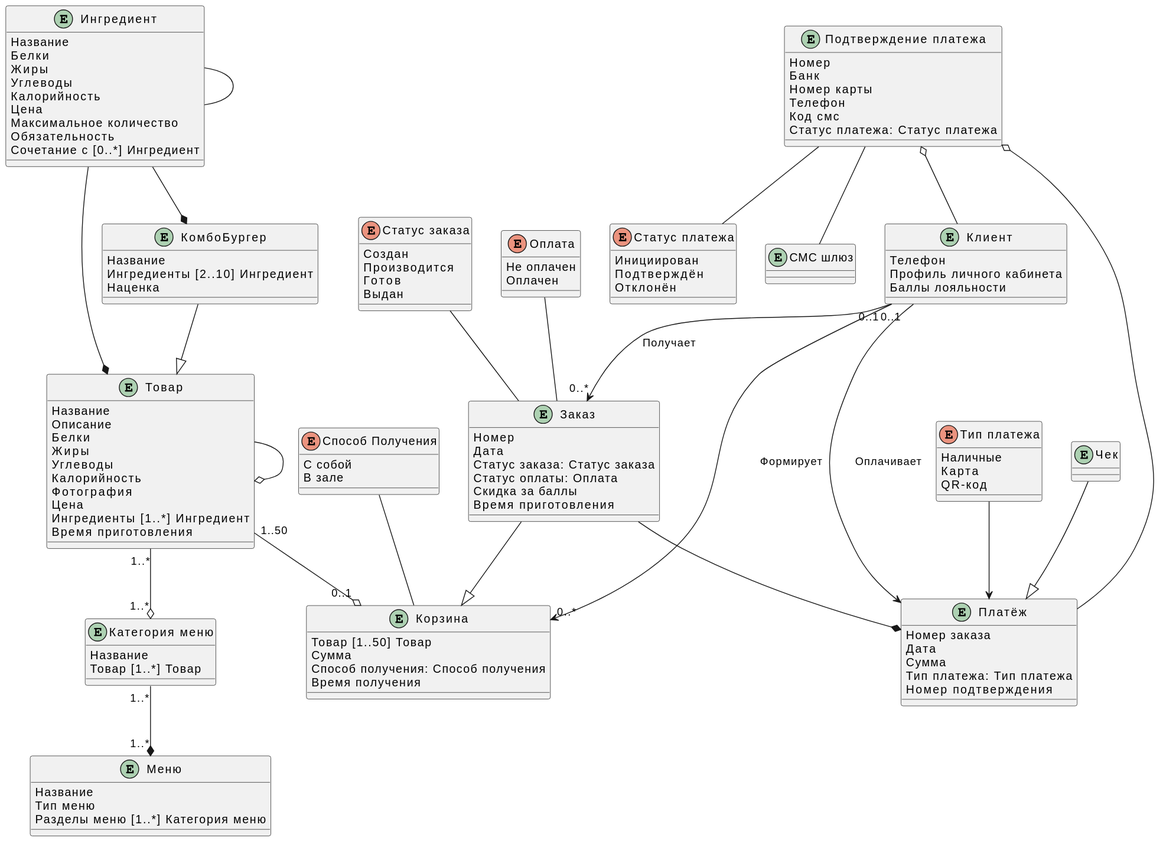
RusHydra/robot keeps this PlantUML diagram as docs/diagrams/out/class_diagram.svg. Above is the earlier version.
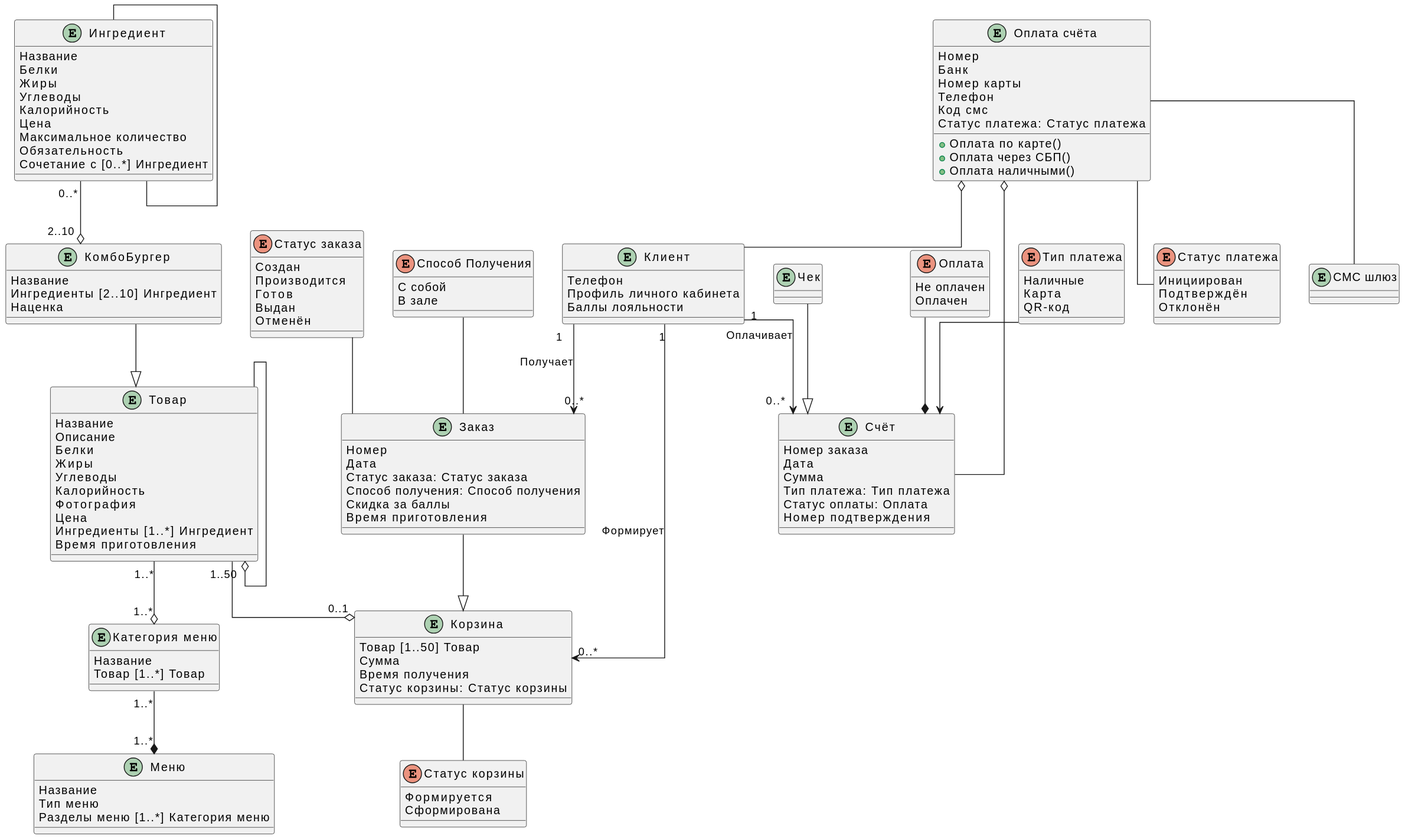
The same file after the commit.

What changed in the source:
```diff
@@ -1,4 +1,6 @@
 @startuml
+skinparam linetype ortho
+
 Entity Client as "Клиент" {
 Телефон
 Профиль личного кабинета
@@ -29,20 +31,25 @@
 Товар [1..*] Товар
 }
 
-Entity Basket as "Корзина" {
+Entity Cart as "Корзина" {
 Товар [1..50] Товар
 Сумма
-Способ получения: Способ получения
 Время получения
+Статус корзины: Статус корзины
 }
 
 Entity Order as "Заказ" {
 Номер
 Дата
 Статус заказа: Статус заказа
-Статус оплаты: Оплата
+Способ получения: Способ получения
 Скидка за баллы
 Время приготовления
+}
+
+Enum CartStatus as "Статус корзины" {
+Формируется
+Сформирована
 }
 
 Enum OrderStatus as "Статус заказа" {
@@ -50,6 +57,7 @@
 Производится
 Готов
 Выдан
+Отменён
 }
 
 Enum Obtaining as "Способ Получения" {
@@ -92,11 +100,12 @@
 Сочетание с [0..*] Ингредиент
 }
 
-Entity Payment as "Платёж" {
+Entity Payment as "Счёт" {
 Номер заказа
 Дата
 Сумма
 Тип платежа: Тип платежа
+Статус оплаты: Оплата
 Номер подтверждения
 }
 
@@ -106,32 +115,34 @@
 Entity SmsGateway as "СМС шлюз" {
 }
 
-Entity PermitionPayment as "Подтверждение платежа" {
+Entity PermitionPayment as "Оплата счёта" {
 Номер
 Банк
 Номер карты
 Телефон
 Код смс
 Статус платежа: Статус платежа
++ Оплата по карте()
++ Оплата через СБП()
++ Оплата наличными()
 }
 
 
-Ingredient --* Product
-Ingredient --* ComboBurger
+Ingredient "0..*" --o "2..10" ComboBurger
 Ingredient -- Ingredient
-Product "1..50" --o "0..1" Basket
+Product "1..50" --o "0..1" Cart
 Product --o Product
-Order --|> Basket
-Order --* Payment
+Order --|> Cart
+Cart -- CartStatus
+PaymentStatus --* Payment
 OrderStatus -- Order
-Obtaining -- Basket
-PaymentStatus -- Order
+Obtaining -- Order
 MenuSection "1..*" --* "1..*" Menu
 Product "1..*" --o "1..*" MenuSection
 ComboBurger --|> Product
-Client "0..1" --> "0..*" Basket : Формирует
-Client "0..1" --> "0..*" Order : Получает
-Client --> Payment : Оплачивает
+Client "1" --> "0..*" Cart : Формирует
+Client "1" --> "0..*" Order : Получает
+Client "1" --> "0..*" Payment : Оплачивает
 PaymentType --> Payment
 Receipt --|> Payment
 PermitionPayment -- PaymentState
```
